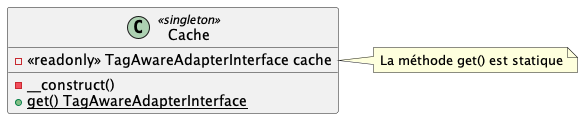
Before: docs/assets/cache-singleton.png, a diagram exported from PlantUML (ralixt/tp-performances-backend). Source of this version:
```plantuml
@startuml

class Cache <<singleton>> {
  - <<readonly>> TagAwareAdapterInterface cache
  - __construct()
  + {static} get() TagAwareAdapterInterface
}

note right of Cache : La méthode get() est statique

@enduml
```
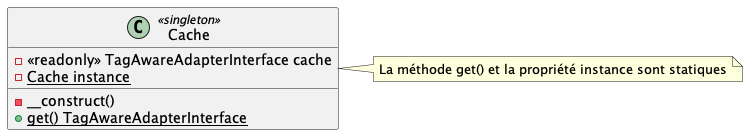
After the change.

Commit message:
fix singleton schemes

Change to the diagram source:
```diff
@@ -2,10 +2,11 @@
 
 class Cache <<singleton>> {
   - <<readonly>> TagAwareAdapterInterface cache
+  - {static} Cache instance
   - __construct()
   + {static} get() TagAwareAdapterInterface
 }
 
-note right of Cache : La méthode get() est statique
+note right of Cache : La méthode get() et la propriété instance sont statiques
 
 @enduml
```
